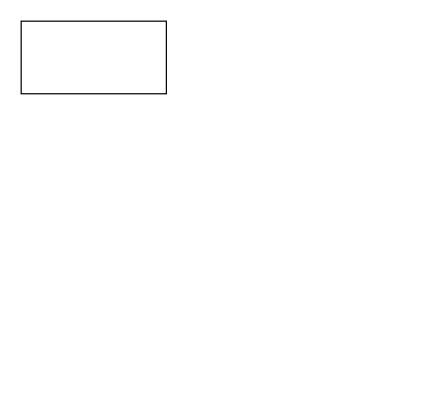
This is MLAlgorithms/NeuralNetwork/UML/Untitled Diagram.drawio from Alatec/CSCI-447, a draw.io file, before an edit. Source tidied: cells renumbered, new cells numbered last; positions are measured from the earlier drawing's top-left corner, leaving out a move shared by most shapes. Both pictures are drawn from the tidied source at 121%, with x=0, y=0 at pixel (21, 21).
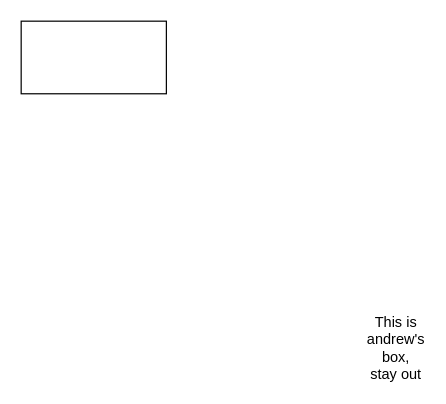
Above is the later version.

What changed in the source:
```diff
@@
 <mxGraphModel>
   <root>
     <mxCell id="0" />
     <mxCell id="1" parent="0" />
     <mxCell id="2" style="rounded=0;whiteSpace=wrap;html=1;" parent="1" vertex="1">
       <mxGeometry width="120" height="60" as="geometry" />
     </mxCell>
+    <mxCell id="3" value="This is andrew's box, stay out" style="text;html=1;strokeColor=none;fillColor=none;align=center;verticalAlign=middle;whiteSpace=wrap;rounded=0;" parent="1" vertex="1">
+      <mxGeometry x="290" y="260" width="40" height="20" as="geometry" />
+    </mxCell>
   </root>
 </mxGraphModel>
```
